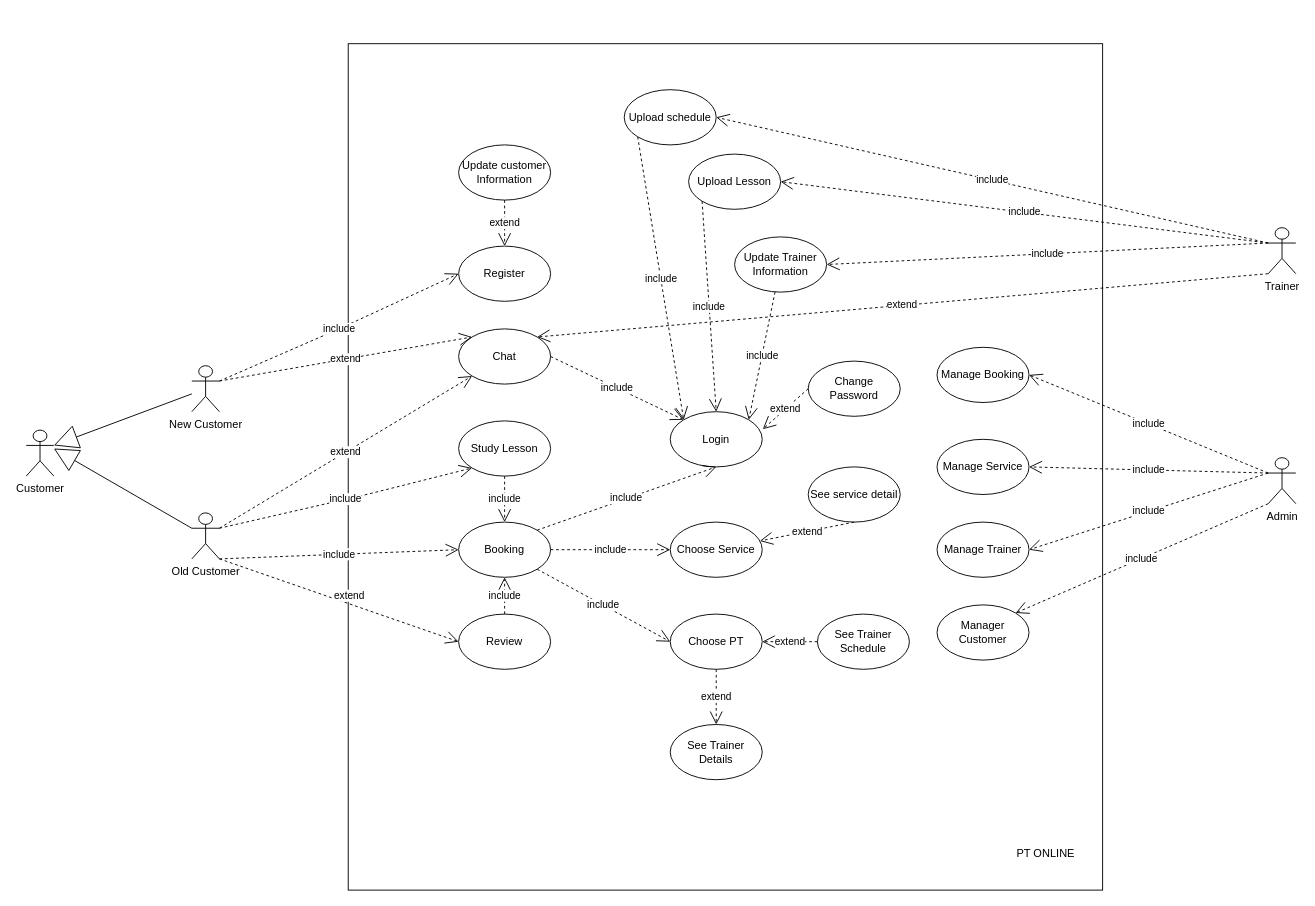
Before: Untitled Diagram.drawio in caoquy2000/DBI, a draw.io diagram. Source tidied: cells renumbered, new cells numbered last; positions are measured from the earlier drawing's top-left corner, leaving out a move shared by most shapes. Both pictures are drawn from the tidied source at 92%, with x=0, y=0 at pixel (26, 43).
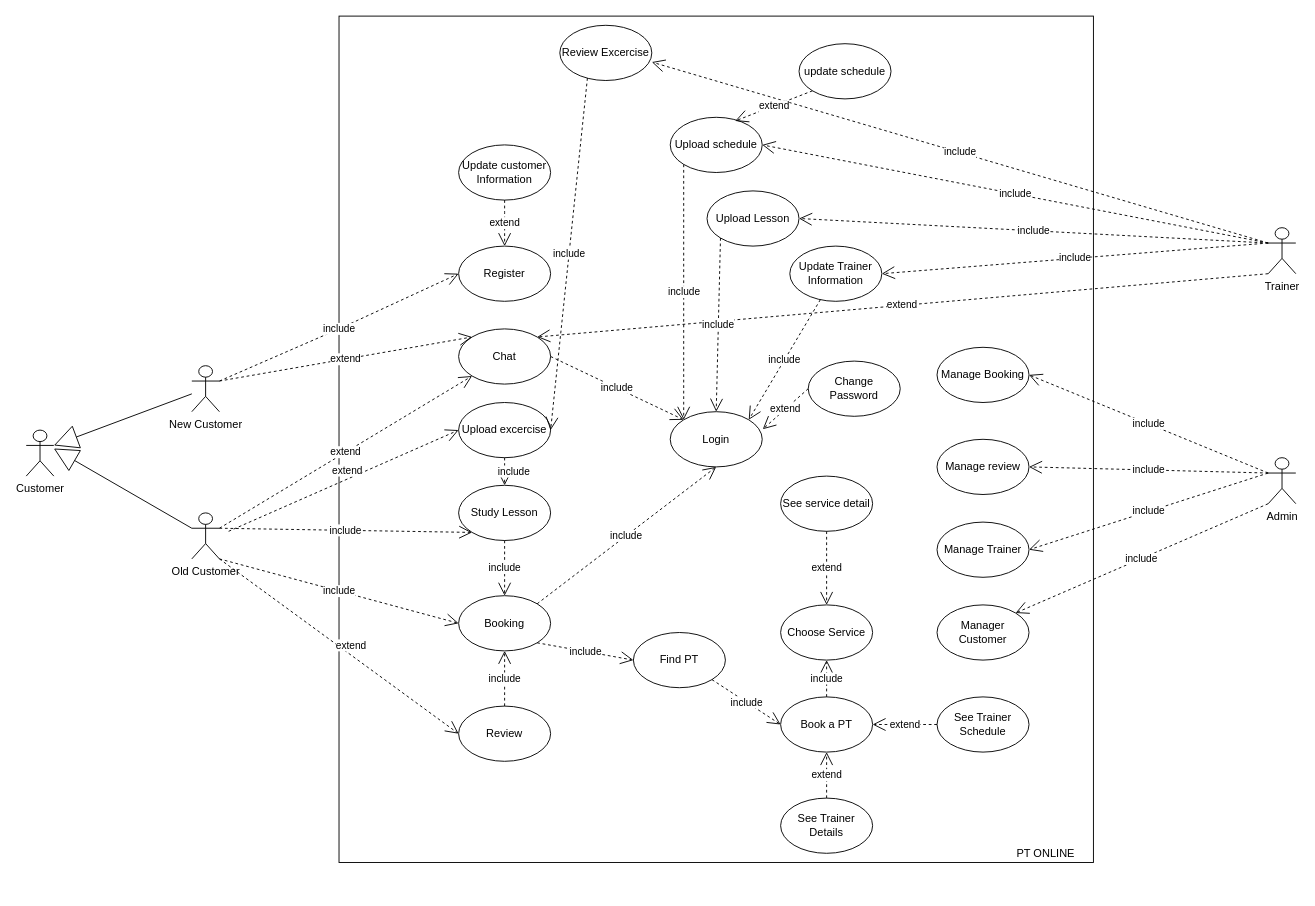
After the change.

The change refers to these unchanged cells:
```xml
<mxCell id="5" value="Old Customer" style="shape=umlActor;verticalLabelPosition=bottom;verticalAlign=top;html=1;labelPosition=center;align=center;" parent="1" vertex="1">
  <mxGeometry x="180" y="510" width="30" height="50" as="geometry" />
</mxCell>
<mxCell id="8" value="Trainer" style="shape=umlActor;verticalLabelPosition=bottom;verticalAlign=top;html=1;labelPosition=center;align=center;" parent="1" vertex="1">
  <mxGeometry x="1350" y="200" width="30" height="50" as="geometry" />
</mxCell>
```

Change to the diagram source:
```diff
@@
     <mxCell id="2" style="rounded=0;whiteSpace=wrap;html=1;" parent="1" vertex="1">
-      <mxGeometry x="350" width="820" height="920" as="geometry" />
+      <mxGeometry x="340" y="-30" width="820" height="920" as="geometry" />
     </mxCell>
@@
     <mxCell id="10" value="Study Lesson" style="ellipse;whiteSpace=wrap;html=1;" parent="1" vertex="1">
-      <mxGeometry x="470" y="410" width="100" height="60" as="geometry" />
+      <mxGeometry x="470" y="480" width="100" height="60" as="geometry" />
     </mxCell>
     <mxCell id="11" value="Booking" style="ellipse;whiteSpace=wrap;html=1;" parent="1" vertex="1">
-      <mxGeometry x="470" y="520" width="100" height="60" as="geometry" />
+      <mxGeometry x="470" y="600" width="100" height="60" as="geometry" />
     </mxCell>
     <mxCell id="12" value="Upload Lesson" style="ellipse;whiteSpace=wrap;html=1;" parent="1" vertex="1">
-      <mxGeometry x="720" y="120" width="100" height="60" as="geometry" />
+      <mxGeometry x="740" y="160" width="100" height="60" as="geometry" />
     </mxCell>
@@
-    <mxCell id="14" value="Choose PT" style="ellipse;whiteSpace=wrap;html=1;" parent="1" vertex="1">
-      <mxGeometry x="700" y="620" width="100" height="60" as="geometry" />
+    <mxCell id="14" value="Book a PT" style="ellipse;whiteSpace=wrap;html=1;" parent="1" vertex="1">
+      <mxGeometry x="820" y="710" width="100" height="60" as="geometry" />
     </mxCell>
     <mxCell id="15" value="Choose Service" style="ellipse;whiteSpace=wrap;html=1;" parent="1" vertex="1">
-      <mxGeometry x="700" y="520" width="100" height="60" as="geometry" />
+      <mxGeometry x="820" y="610" width="100" height="60" as="geometry" />
     </mxCell>
-    <mxCell id="16" value="Manage Service" style="ellipse;whiteSpace=wrap;html=1;" parent="1" vertex="1">
+    <mxCell id="16" value="Manage review" style="ellipse;whiteSpace=wrap;html=1;" parent="1" vertex="1">
       <mxGeometry x="990" y="430" width="100" height="60" as="geometry" />
     </mxCell>
@@
     <mxCell id="24" value="include" style="endArrow=open;endSize=12;dashed=1;html=1;exitX=1;exitY=0.3333333333333333;exitDx=0;exitDy=0;exitPerimeter=0;entryX=0;entryY=1;entryDx=0;entryDy=0;" parent="1" edge="1" source="5" target="10">
-      <mxGeometry relative="1" as="geometry">
-        <Array as="points">
-          <mxPoint x="370" y="490" />
-        </Array>
-      </mxGeometry>
+      <mxGeometry relative="1" as="geometry" />
     </mxCell>
@@
-    <mxCell id="26" value="include" style="endArrow=open;endSize=12;dashed=1;html=1;exitX=1;exitY=0.5;exitDx=0;exitDy=0;entryX=0;entryY=0.5;entryDx=0;entryDy=0;" parent="1" edge="1" source="11" target="15">
-      <mxGeometry relative="1" as="geometry" />
-    </mxCell>
-    <mxCell id="27" value="include" style="endArrow=open;endSize=12;dashed=1;html=1;exitX=1;exitY=1;exitDx=0;exitDy=0;entryX=0;entryY=0.5;entryDx=0;entryDy=0;" parent="1" edge="1" source="11" target="14">
+    <mxCell id="27" value="include" style="endArrow=open;endSize=12;dashed=1;html=1;exitX=1;exitY=1;exitDx=0;exitDy=0;entryX=0;entryY=0.5;entryDx=0;entryDy=0;" parent="1" edge="1" source="11" target="65">
       <mxGeometry relative="1" as="geometry" />
     </mxCell>
@@
     <mxCell id="37" value="Update Trainer Information" style="ellipse;whiteSpace=wrap;html=1;" parent="1" vertex="1">
-      <mxGeometry x="770" y="210" width="100" height="60" as="geometry" />
+      <mxGeometry x="830" y="220" width="100" height="60" as="geometry" />
     </mxCell>
@@
     <mxCell id="40" value="See Trainer Details" style="ellipse;whiteSpace=wrap;html=1;" parent="1" vertex="1">
-      <mxGeometry x="700" y="740" width="100" height="60" as="geometry" />
+      <mxGeometry x="820" y="820" width="100" height="60" as="geometry" />
     </mxCell>
-    <mxCell id="41" value="extend" style="endArrow=open;endSize=12;dashed=1;html=1;exitX=0.5;exitY=1;exitDx=0;exitDy=0;entryX=0.5;entryY=0;entryDx=0;entryDy=0;" parent="1" edge="1" source="14" target="40">
+    <mxCell id="41" value="extend" style="endArrow=open;endSize=12;dashed=1;html=1;entryX=0.5;entryY=1;entryDx=0;entryDy=0;exitX=0.5;exitY=0;exitDx=0;exitDy=0;" parent="1" edge="1" source="40" target="14">
       <mxGeometry relative="1" as="geometry" />
     </mxCell>
@@
     <mxCell id="43" value="Upload schedule" style="ellipse;whiteSpace=wrap;html=1;" parent="1" vertex="1">
-      <mxGeometry x="650" y="50" width="100" height="60" as="geometry" />
+      <mxGeometry x="700" y="80" width="100" height="60" as="geometry" />
     </mxCell>
@@
     <mxCell id="45" value="See Trainer Schedule" style="ellipse;whiteSpace=wrap;html=1;" parent="1" vertex="1">
-      <mxGeometry x="860" y="620" width="100" height="60" as="geometry" />
+      <mxGeometry x="990" y="710" width="100" height="60" as="geometry" />
     </mxCell>
@@
     <mxCell id="50" value="See service detail" style="ellipse;whiteSpace=wrap;html=1;" parent="1" vertex="1">
-      <mxGeometry x="850" y="460" width="100" height="60" as="geometry" />
+      <mxGeometry x="820" y="470" width="100" height="60" as="geometry" />
     </mxCell>
@@
     <mxCell id="55" value="Review" style="ellipse;whiteSpace=wrap;html=1;" parent="1" vertex="1">
-      <mxGeometry x="470" y="620" width="100" height="60" as="geometry" />
+      <mxGeometry x="470" y="720" width="100" height="60" as="geometry" />
     </mxCell>
@@
+    <mxCell id="59" value="Upload excercise" style="ellipse;whiteSpace=wrap;html=1;" parent="1" vertex="1">
+      <mxGeometry x="470" y="390" width="100" height="60" as="geometry" />
+    </mxCell>
+    <mxCell id="60" value="extend" style="endArrow=open;endSize=12;dashed=1;html=1;entryX=0;entryY=0.5;entryDx=0;entryDy=0;" parent="1" edge="1" target="59">
+      <mxGeometry x="0.06" y="8" relative="1" as="geometry">
+        <mxPoint x="220" y="530" as="sourcePoint" />
+      </mxGeometry>
+    </mxCell>
+    <mxCell id="61" value="include" style="endArrow=open;endSize=12;dashed=1;html=1;exitX=0.5;exitY=1;exitDx=0;exitDy=0;entryX=0.5;entryY=0;entryDx=0;entryDy=0;" parent="1" edge="1" source="59" target="10">
+      <mxGeometry y="10" relative="1" as="geometry" />
+    </mxCell>
+    <mxCell id="62" value="Review Excercise" style="ellipse;whiteSpace=wrap;html=1;" parent="1" vertex="1">
+      <mxGeometry x="580" y="-20" width="100" height="60" as="geometry" />
+    </mxCell>
+    <mxCell id="63" value="include" style="endArrow=open;endSize=12;dashed=1;html=1;exitX=0;exitY=0.3333333333333333;exitDx=0;exitDy=0;exitPerimeter=0;entryX=1;entryY=0.5;entryDx=0;entryDy=0;" parent="1" edge="1" source="8">
+      <mxGeometry relative="1" as="geometry">
+        <mxPoint x="680" y="20" as="targetPoint" />
+      </mxGeometry>
+    </mxCell>
+    <mxCell id="64" value="include" style="endArrow=open;endSize=12;dashed=1;html=1;exitX=0;exitY=1;exitDx=0;exitDy=0;entryX=1;entryY=0.5;entryDx=0;entryDy=0;" parent="1" edge="1" target="59">
+      <mxGeometry relative="1" as="geometry">
+        <mxPoint x="610" y="37.4" as="sourcePoint" />
+      </mxGeometry>
+    </mxCell>
+    <mxCell id="65" value="Find PT" style="ellipse;whiteSpace=wrap;html=1;" parent="1" vertex="1">
+      <mxGeometry x="660" y="640" width="100" height="60" as="geometry" />
+    </mxCell>
+    <mxCell id="66" value="include" style="endArrow=open;endSize=12;dashed=1;html=1;exitX=1;exitY=1;exitDx=0;exitDy=0;entryX=0;entryY=0.5;entryDx=0;entryDy=0;" parent="1" edge="1" source="65" target="14">
+      <mxGeometry relative="1" as="geometry" />
+    </mxCell>
+    <mxCell id="67" value="include" style="endArrow=open;endSize=12;dashed=1;html=1;exitX=0.5;exitY=0;exitDx=0;exitDy=0;entryX=0.5;entryY=1;entryDx=0;entryDy=0;" parent="1" edge="1" source="14" target="15">
+      <mxGeometry relative="1" as="geometry" />
+    </mxCell>
+    <mxCell id="68" value="update schedule" style="ellipse;whiteSpace=wrap;html=1;" parent="1" vertex="1">
+      <mxGeometry x="840" width="100" height="60" as="geometry" />
+    </mxCell>
+    <mxCell id="69" value="extend" style="endArrow=open;endSize=12;dashed=1;html=1;exitX=0;exitY=1;exitDx=0;exitDy=0;entryX=1.006;entryY=0.317;entryDx=0;entryDy=0;entryPerimeter=0;" parent="1" edge="1" source="68">
+      <mxGeometry relative="1" as="geometry">
+        <mxPoint x="770.6" y="84" as="targetPoint" />
+      </mxGeometry>
+    </mxCell>
```
